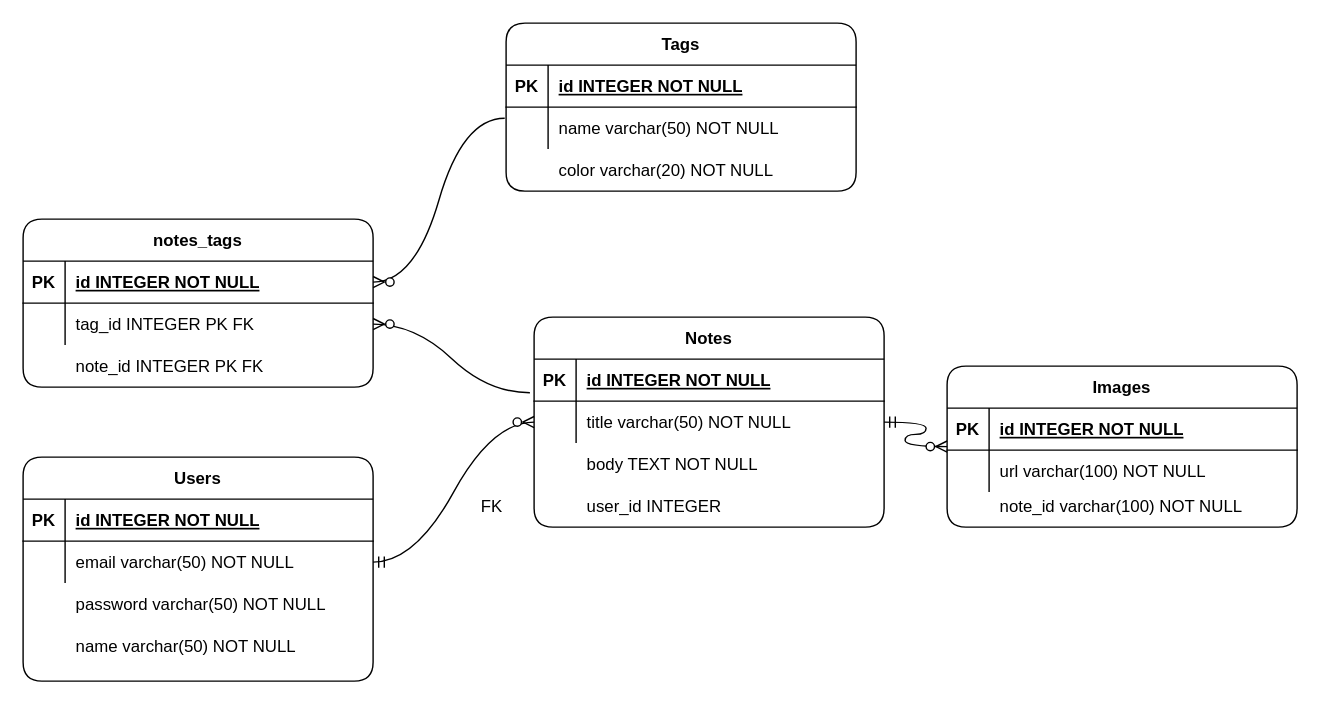
Earlier version of the draw.io diagram schema.drawio (migueljo/my-notes-app). Source tidied: cells renumbered, new cells numbered last; positions are measured from the earlier drawing's top-left corner, leaving out a move shared by most shapes. Both pictures are drawn from the tidied source at 140%, with x=0, y=0 at pixel (22, 22).
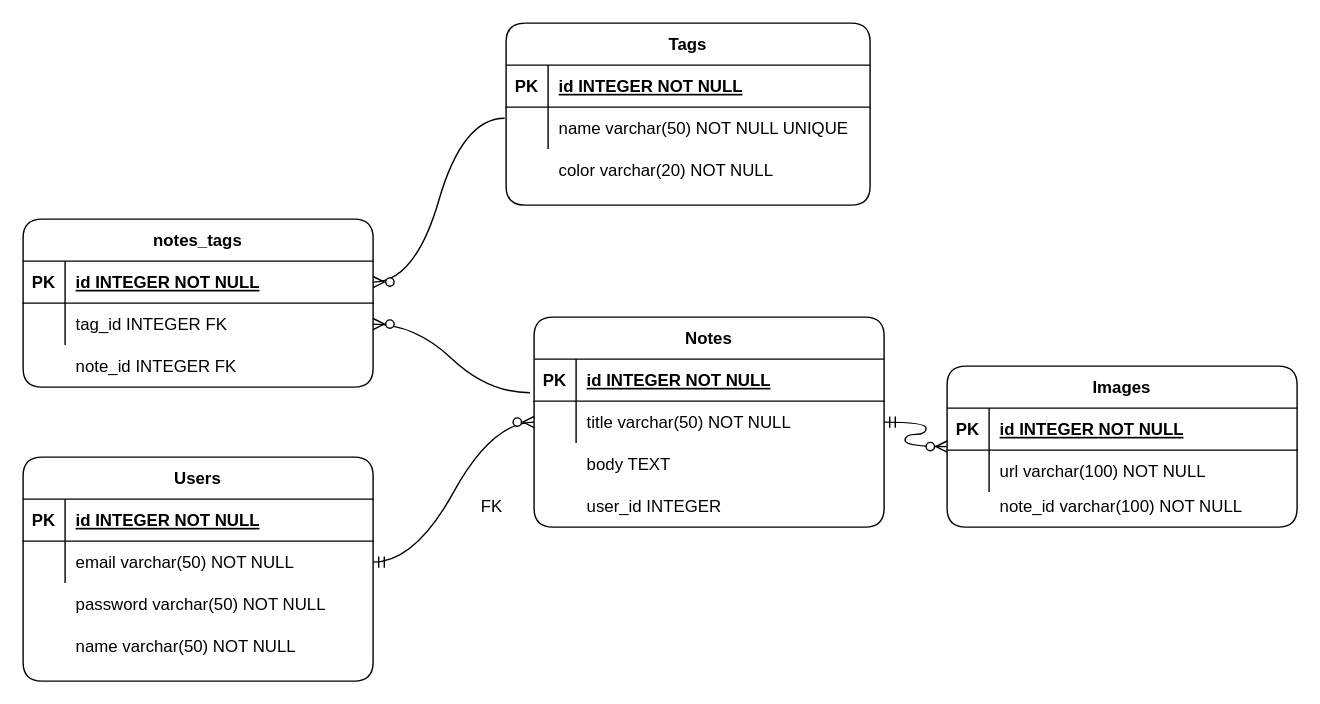
The same diagram, later.

Unchanged cells that the change refers to:
```xml
<mxCell id="43" style="shape=partialRectangle;fillColor=none;points=[[0,0.5],[1,0.5]];portConstraint=eastwest;top=0;left=0;right=0;bottom=0;rounded=1;" parent="39" vertex="1">
  <mxGeometry y="60" width="250" height="30" as="geometry" />
</mxCell>
```

The edit, as a diff of the source:
```diff
@@
-    <mxCell id="19" value="body TEXT NOT NULL" style="shape=partialRectangle;overflow=hidden;fillColor=none;top=0;left=0;bottom=0;right=0;align=left;spacingLeft=6;rounded=1;" parent="1" vertex="1">
+    <mxCell id="19" value="body TEXT" style="shape=partialRectangle;overflow=hidden;fillColor=none;top=0;left=0;bottom=0;right=0;align=left;spacingLeft=6;rounded=1;" parent="1" vertex="1">
       <mxGeometry x="395" y="300" width="220" height="30" as="geometry" />
     </mxCell>
@@
     <mxCell id="30" value="Tags" style="shape=table;startSize=30;childLayout=tableLayout;rowLines=0;fontStyle=1;align=center;rounded=1;" parent="1" vertex="1">
-      <mxGeometry x="345" width="250" height="120" as="geometry" />
+      <mxGeometry x="345" width="260" height="130" as="geometry" />
     </mxCell>
     <mxCell id="31" style="shape=partialRectangle;fillColor=none;top=0;left=0;right=0;bottom=1;rounded=1;" parent="30" vertex="1">
-      <mxGeometry y="30" width="250" height="30" as="geometry" />
+      <mxGeometry y="30" width="260" height="30" as="geometry" />
     </mxCell>
@@
     <mxCell id="33" value="id INTEGER NOT NULL " style="shape=partialRectangle;overflow=hidden;fillColor=none;top=0;left=0;bottom=0;right=0;align=left;spacingLeft=6;fontStyle=5;rounded=1;" parent="31" vertex="1">
-      <mxGeometry x="30" width="220" height="30" as="geometry" />
+      <mxGeometry x="30" width="230" height="30" as="geometry" />
     </mxCell>
     <mxCell id="34" style="shape=partialRectangle;fillColor=none;points=[[0,0.5],[1,0.5]];portConstraint=eastwest;top=0;left=0;right=0;bottom=0;rounded=1;" parent="30" vertex="1">
-      <mxGeometry y="60" width="250" height="30" as="geometry" />
+      <mxGeometry y="60" width="260" height="30" as="geometry" />
     </mxCell>
@@
-    <mxCell id="36" value="name varchar(50) NOT NULL" style="shape=partialRectangle;overflow=hidden;fillColor=none;top=0;left=0;bottom=0;right=0;align=left;spacingLeft=6;rounded=1;" parent="34" vertex="1">
-      <mxGeometry x="30" width="220" height="30" as="geometry" />
+    <mxCell id="36" value="name varchar(50) NOT NULL UNIQUE" style="shape=partialRectangle;overflow=hidden;fillColor=none;top=0;left=0;bottom=0;right=0;align=left;spacingLeft=6;rounded=1;" parent="34" vertex="1">
+      <mxGeometry x="30" width="230" height="30" as="geometry" />
     </mxCell>
@@
-    <mxCell id="45" value="tag_id INTEGER PK FK" style="shape=partialRectangle;overflow=hidden;fillColor=none;top=0;left=0;bottom=0;right=0;align=left;spacingLeft=6;rounded=1;" parent="43" vertex="1">
+    <mxCell id="45" value="tag_id INTEGER FK" style="shape=partialRectangle;overflow=hidden;fillColor=none;top=0;left=0;bottom=0;right=0;align=left;spacingLeft=6;rounded=1;" parent="43" vertex="1">
       <mxGeometry x="30" width="220" height="30" as="geometry" />
     </mxCell>
@@
-    <mxCell id="47" value="note_id INTEGER PK FK" style="shape=partialRectangle;overflow=hidden;fillColor=none;top=0;left=0;bottom=0;right=0;align=left;spacingLeft=6;rounded=1;" parent="1" vertex="1">
+    <mxCell id="47" value="note_id INTEGER FK" style="shape=partialRectangle;overflow=hidden;fillColor=none;top=0;left=0;bottom=0;right=0;align=left;spacingLeft=6;rounded=1;" parent="1" vertex="1">
       <mxGeometry x="30" y="230" width="220" height="30" as="geometry" />
     </mxCell>
```
